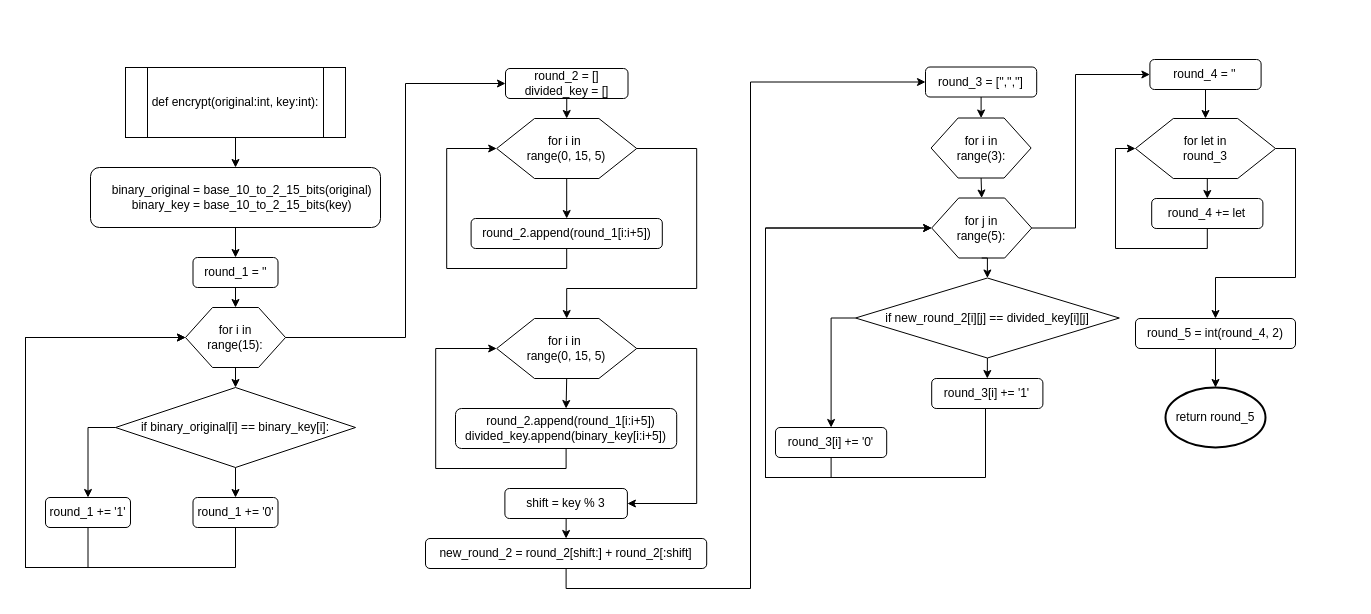
The draw.io diagram encryption.drawio in bun781/cortado, before the edit. Source tidied: cells renumbered, new cells numbered last; positions are measured from the earlier drawing's top-left corner, leaving out a move shared by most shapes. Both pictures are drawn from the tidied source at 100%, with x=0, y=0 at pixel (25, 59).
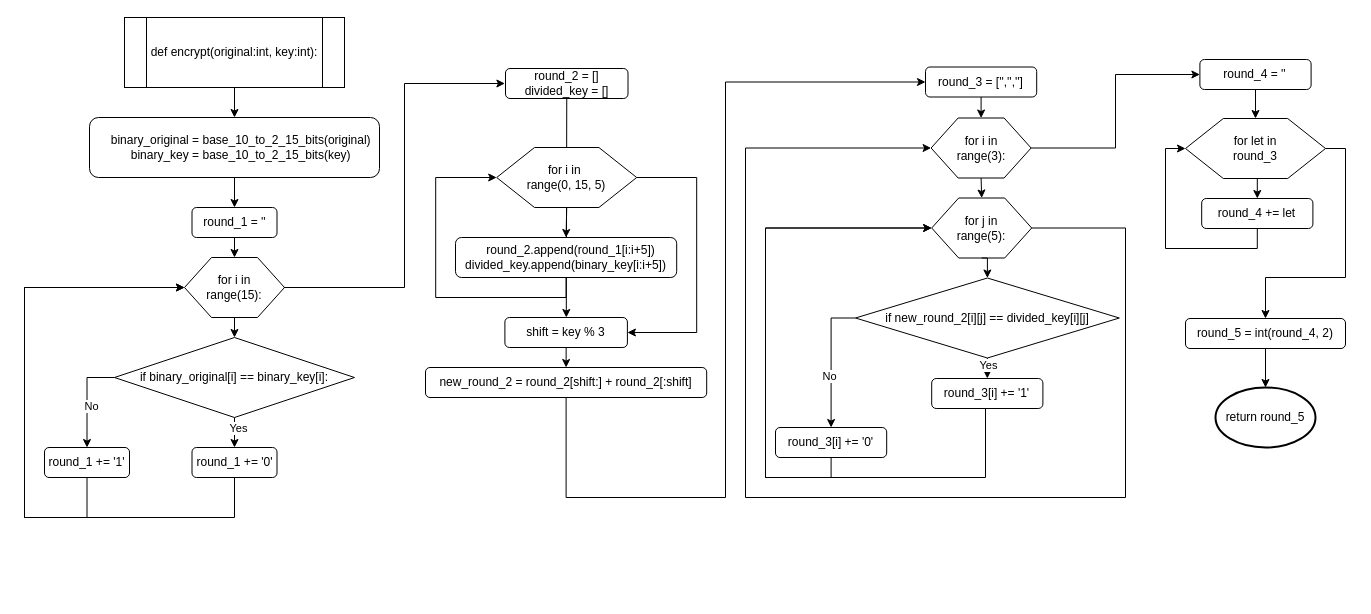
The same page after the edit.

The change refers to these unchanged cells:
```xml
<mxCell id="9" style="verticalLabelPosition=bottom;verticalAlign=top;html=1;shape=hexagon;perimeter=hexagonPerimeter2;arcSize=6;size=0.27;" parent="8" vertex="1">
  <mxGeometry width="100" height="60" as="geometry" />
</mxCell>
<mxCell id="11" style="edgeStyle=orthogonalEdgeStyle;rounded=0;jettySize=auto;html=1;exitX=0;exitY=0.5;exitDx=0;exitDy=0;entryX=0.5;entryY=0;entryDx=0;entryDy=0;" parent="1" edge="1" source="13" target="18">
  <mxGeometry relative="1" as="geometry" />
</mxCell>
<mxCell id="12" style="edgeStyle=orthogonalEdgeStyle;rounded=0;jettySize=auto;html=1;exitX=0.5;exitY=1;exitDx=0;exitDy=0;entryX=0.5;entryY=0;entryDx=0;entryDy=0;" parent="1" edge="1" source="13" target="16">
  <mxGeometry relative="1" as="geometry" />
</mxCell>
<mxCell id="20" value="round_2 = []&lt;br&gt;divided_key = []" style="rounded=1;whiteSpace=wrap;html=1;" parent="1" vertex="1">
  <mxGeometry x="480" y="9" width="122.5" height="30" as="geometry" />
</mxCell>
<mxCell id="28" style="verticalLabelPosition=bottom;verticalAlign=top;html=1;shape=hexagon;perimeter=hexagonPerimeter2;arcSize=6;size=0.27;" parent="27" vertex="1">
  <mxGeometry width="140" height="60" as="geometry" />
</mxCell>
<mxCell id="40" value="round_3 = ['','','']" style="rounded=1;whiteSpace=wrap;html=1;" parent="1" vertex="1">
  <mxGeometry x="900" y="7.5" width="111.2" height="30" as="geometry" />
</mxCell>
<mxCell id="43" style="verticalLabelPosition=bottom;verticalAlign=top;html=1;shape=hexagon;perimeter=hexagonPerimeter2;arcSize=6;size=0.27;" parent="42" vertex="1">
  <mxGeometry width="100" height="60" as="geometry" />
</mxCell>
<mxCell id="46" style="verticalLabelPosition=bottom;verticalAlign=top;html=1;shape=hexagon;perimeter=hexagonPerimeter2;arcSize=6;size=0.27;" parent="45" vertex="1">
  <mxGeometry width="100" height="60" as="geometry" />
</mxCell>
<mxCell id="49" style="edgeStyle=orthogonalEdgeStyle;rounded=0;jettySize=auto;html=1;exitX=0.5;exitY=1;exitDx=0;exitDy=0;entryX=0.5;entryY=0;entryDx=0;entryDy=0;" parent="1" edge="1" source="51" target="54">
  <mxGeometry relative="1" as="geometry" />
</mxCell>
<mxCell id="50" style="edgeStyle=orthogonalEdgeStyle;rounded=0;jettySize=auto;html=1;exitX=0;exitY=0.5;exitDx=0;exitDy=0;entryX=0.5;entryY=0;entryDx=0;entryDy=0;" parent="1" edge="1" source="51" target="56">
  <mxGeometry relative="1" as="geometry" />
</mxCell>
<mxCell id="60" style="verticalLabelPosition=bottom;verticalAlign=top;html=1;shape=hexagon;perimeter=hexagonPerimeter2;arcSize=6;size=0.27;" parent="59" vertex="1">
  <mxGeometry width="140" height="60" as="geometry" />
</mxCell>
```

Change to the diagram source:
```diff
@@
     <mxCell id="3" value="def encrypt(original:int, key:int):" style="shape=process;whiteSpace=wrap;html=1;backgroundOutline=1;" parent="1" vertex="1">
-      <mxGeometry x="100" y="8" width="220" height="70" as="geometry" />
+      <mxGeometry x="99" y="-42" width="220" height="70" as="geometry" />
     </mxCell>
@@
     <mxCell id="5" value="&amp;nbsp;&amp;nbsp;&amp;nbsp; binary_original = base_10_to_2_15_bits(original) &lt;br&gt;&amp;nbsp;&amp;nbsp;&amp;nbsp; binary_key = base_10_to_2_15_bits(key)" style="rounded=1;whiteSpace=wrap;html=1;" parent="1" vertex="1">
-      <mxGeometry x="65" y="108" width="290" height="60" as="geometry" />
+      <mxGeometry x="64" y="58" width="290" height="60" as="geometry" />
     </mxCell>
@@
     <mxCell id="7" value="round_1 = ''" style="rounded=1;whiteSpace=wrap;html=1;" parent="1" vertex="1">
-      <mxGeometry x="167.5" y="198" width="85" height="30" as="geometry" />
+      <mxGeometry x="166.5" y="148" width="85" height="30" as="geometry" />
     </mxCell>
     <mxCell id="8" style="group;" parent="1" vertex="1">
-      <mxGeometry x="160" y="248" width="100" height="60" as="geometry" />
+      <mxGeometry x="159" y="198" width="100" height="60" as="geometry" />
     </mxCell>
@@
+    <mxCell id="70" value="No" style="edgeLabel;html=1;align=center;verticalAlign=middle;" parent="11" vertex="1">
+      <mxGeometry x="0.15" y="4" relative="1" as="geometry" />
+    </mxCell>
@@
+    <mxCell id="71" value="Yes" style="edgeLabel;html=1;align=center;verticalAlign=middle;" parent="12" vertex="1">
+      <mxGeometry x="-0.33" y="3" relative="1" as="geometry" />
+    </mxCell>
     <mxCell id="13" value="if binary_original[i] == binary_key[i]:" style="rhombus;whiteSpace=wrap;html=1;" parent="1" vertex="1">
-      <mxGeometry x="90" y="328" width="240" height="80" as="geometry" />
+      <mxGeometry x="89" y="278" width="240" height="80" as="geometry" />
     </mxCell>
@@
     <mxCell id="15" style="edgeStyle=orthogonalEdgeStyle;rounded=0;jettySize=auto;html=1;exitX=0.5;exitY=1;exitDx=0;exitDy=0;entryX=0;entryY=0.5;entryDx=0;entryDy=0;" parent="1" edge="1" source="16" target="9">
       <mxGeometry relative="1" as="geometry">
         <Array as="points">
-          <mxPoint x="210" y="508" />
-          <mxPoint y="508" />
-          <mxPoint y="278" />
+          <mxPoint x="209" y="458" />
+          <mxPoint x="-1" y="458" />
+          <mxPoint x="-1" y="228" />
         </Array>
       </mxGeometry>
     </mxCell>
     <mxCell id="16" value="round_1 += '0'" style="rounded=1;whiteSpace=wrap;html=1;" parent="1" vertex="1">
-      <mxGeometry x="167.5" y="438" width="85" height="30" as="geometry" />
+      <mxGeometry x="166.5" y="388" width="85" height="30" as="geometry" />
     </mxCell>
     <mxCell id="17" style="edgeStyle=orthogonalEdgeStyle;rounded=0;jettySize=auto;html=1;exitX=0.5;exitY=1;exitDx=0;exitDy=0;" parent="1" edge="1" source="18">
       <mxGeometry relative="1" as="geometry">
-        <mxPoint x="160" y="278" as="targetPoint" />
+        <mxPoint x="159" y="228" as="targetPoint" />
         <Array as="points">
-          <mxPoint x="62" y="508" />
-          <mxPoint y="508" />
-          <mxPoint y="278" />
+          <mxPoint x="61" y="458" />
+          <mxPoint x="-1" y="458" />
+          <mxPoint x="-1" y="228" />
         </Array>
       </mxGeometry>
     </mxCell>
     <mxCell id="18" value="round_1 += '1'" style="rounded=1;whiteSpace=wrap;html=1;" parent="1" vertex="1">
-      <mxGeometry x="20" y="438" width="85" height="30" as="geometry" />
+      <mxGeometry x="19" y="388" width="85" height="30" as="geometry" />
     </mxCell>
-    <mxCell id="19" style="edgeStyle=orthogonalEdgeStyle;rounded=0;jettySize=auto;html=1;exitX=0.5;exitY=1;exitDx=0;exitDy=0;entryX=0.5;entryY=0;entryDx=0;entryDy=0;" parent="1" edge="1" source="20" target="22">
-      <mxGeometry relative="1" as="geometry" />
-    </mxCell>
+    <mxCell id="72" style="edgeStyle=orthogonalEdgeStyle;rounded=0;jettySize=auto;html=1;exitX=0.5;exitY=1;exitDx=0;exitDy=0;" parent="1" edge="1" source="20">
+      <mxGeometry relative="1" as="geometry">
+        <mxPoint x="540.8" y="258" as="targetPoint" />
+      </mxGeometry>
+    </mxCell>
@@
-    <mxCell id="21" style="group;" parent="1" vertex="1">
-      <mxGeometry x="471.2" y="59" width="140" height="60" as="geometry" />
-    </mxCell>
-    <mxCell id="22" style="verticalLabelPosition=bottom;verticalAlign=top;html=1;shape=hexagon;perimeter=hexagonPerimeter2;arcSize=6;size=0.27;" parent="21" vertex="1">
-      <mxGeometry width="140" height="60" as="geometry" />
-    </mxCell>
-    <mxCell id="23" value="&lt;div&gt;for i in&amp;nbsp;&lt;/div&gt;&lt;div&gt;range(0, 15, 5)&lt;/div&gt;" style="text;html=1;align=center;verticalAlign=middle;whiteSpace=wrap;rounded=0;" parent="21" vertex="1">
-      <mxGeometry x="28" y="15" width="84" height="30" as="geometry" />
-    </mxCell>
-    <mxCell id="24" style="edgeStyle=orthogonalEdgeStyle;rounded=0;jettySize=auto;html=1;exitX=0.5;exitY=1;exitDx=0;exitDy=0;entryX=0;entryY=0.5;entryDx=0;entryDy=0;" parent="1" edge="1" source="25" target="22">
-      <mxGeometry relative="1" as="geometry">
-        <Array as="points">
-          <mxPoint x="541.2" y="209" />
-          <mxPoint x="421.2" y="209" />
-          <mxPoint x="421.2" y="89" />
-        </Array>
-      </mxGeometry>
-    </mxCell>
-    <mxCell id="25" value="round_2.append(round_1[i:i+5])" style="rounded=1;whiteSpace=wrap;html=1;" parent="1" vertex="1">
-      <mxGeometry x="445.6" y="159" width="191.2" height="30" as="geometry" />
-    </mxCell>
-    <mxCell id="26" style="edgeStyle=orthogonalEdgeStyle;rounded=0;jettySize=auto;html=1;exitX=0.5;exitY=1;exitDx=0;exitDy=0;entryX=0.5;entryY=0;entryDx=0;entryDy=0;" parent="1" edge="1" source="22" target="25">
-      <mxGeometry relative="1" as="geometry" />
-    </mxCell>
     <mxCell id="27" style="group;" parent="1" vertex="1">
-      <mxGeometry x="471.2" y="259" width="140" height="60" as="geometry" />
+      <mxGeometry x="471.2" y="88" width="140" height="60" as="geometry" />
     </mxCell>
@@
-    <mxCell id="30" style="edgeStyle=orthogonalEdgeStyle;rounded=0;jettySize=auto;html=1;exitX=1;exitY=0.5;exitDx=0;exitDy=0;entryX=0.5;entryY=0;entryDx=0;entryDy=0;" parent="1" edge="1" source="22" target="28">
-      <mxGeometry relative="1" as="geometry">
-        <Array as="points">
-          <mxPoint x="671.2" y="89" />
-          <mxPoint x="671.2" y="229" />
-          <mxPoint x="541.2" y="229" />
-        </Array>
-      </mxGeometry>
-    </mxCell>
     <mxCell id="31" style="edgeStyle=orthogonalEdgeStyle;rounded=0;jettySize=auto;html=1;exitX=0.5;exitY=1;exitDx=0;exitDy=0;" parent="1" edge="1" source="32">
       <mxGeometry relative="1" as="geometry">
-        <mxPoint x="471.2" y="289" as="targetPoint" />
+        <mxPoint x="471.2" y="118" as="targetPoint" />
         <Array as="points">
-          <mxPoint x="540.2" y="409" />
-          <mxPoint x="410.2" y="409" />
-          <mxPoint x="410.2" y="289" />
+          <mxPoint x="540.2" y="238" />
+          <mxPoint x="410.2" y="238" />
+          <mxPoint x="410.2" y="118" />
         </Array>
       </mxGeometry>
     </mxCell>
     <mxCell id="32" value="&amp;nbsp;&amp;nbsp;&amp;nbsp;&amp;nbsp;&amp;nbsp;&amp;nbsp;&amp;nbsp; round_2.append(round_1[i:i+5])&amp;nbsp;&amp;nbsp;&amp;nbsp;&amp;nbsp;&amp;nbsp; divided_key.append(binary_key[i:i+5])" style="rounded=1;whiteSpace=wrap;html=1;" parent="1" vertex="1">
-      <mxGeometry x="430" y="349" width="221.2" height="40" as="geometry" />
+      <mxGeometry x="430" y="178" width="221.2" height="40" as="geometry" />
     </mxCell>
@@
     <mxCell id="35" value="shift = key % 3" style="rounded=1;whiteSpace=wrap;html=1;" parent="1" vertex="1">
-      <mxGeometry x="479.4" y="429" width="122.5" height="30" as="geometry" />
+      <mxGeometry x="479.4" y="258" width="122.5" height="30" as="geometry" />
     </mxCell>
     <mxCell id="36" style="edgeStyle=orthogonalEdgeStyle;rounded=0;jettySize=auto;html=1;exitX=1;exitY=0.5;exitDx=0;exitDy=0;entryX=1;entryY=0.5;entryDx=0;entryDy=0;" parent="1" edge="1" source="28" target="35">
       <mxGeometry relative="1" as="geometry">
         <Array as="points">
-          <mxPoint x="671.2" y="289" />
-          <mxPoint x="671.2" y="444" />
+          <mxPoint x="671.2" y="118" />
+          <mxPoint x="671.2" y="273" />
         </Array>
       </mxGeometry>
     </mxCell>
     <mxCell id="37" style="edgeStyle=orthogonalEdgeStyle;rounded=0;jettySize=auto;html=1;exitX=0.5;exitY=1;exitDx=0;exitDy=0;entryX=0;entryY=0.5;entryDx=0;entryDy=0;" parent="1" edge="1" source="38" target="40">
       <mxGeometry relative="1" as="geometry">
         <Array as="points">
-          <mxPoint x="541" y="529" />
-          <mxPoint x="725" y="529" />
-          <mxPoint x="725" y="23" />
+          <mxPoint x="541" y="438" />
+          <mxPoint x="700" y="438" />
+          <mxPoint x="700" y="22" />
         </Array>
       </mxGeometry>
     </mxCell>
     <mxCell id="38" value="new_round_2 = round_2[shift:] + round_2[:shift]" style="rounded=1;whiteSpace=wrap;html=1;" parent="1" vertex="1">
-      <mxGeometry x="400" y="479" width="281.2" height="30" as="geometry" />
+      <mxGeometry x="400" y="308" width="281.2" height="30" as="geometry" />
     </mxCell>
@@
-    <mxCell id="41" style="edgeStyle=orthogonalEdgeStyle;rounded=0;jettySize=auto;html=1;exitX=1;exitY=0.5;exitDx=0;exitDy=0;entryX=0;entryY=0.5;entryDx=0;entryDy=0;" parent="1" edge="1" source="9" target="20">
+    <mxCell id="41" style="edgeStyle=orthogonalEdgeStyle;rounded=0;orthogonalLoop=1;jettySize=auto;html=1;exitX=1;exitY=0.5;exitDx=0;exitDy=0;entryX=0;entryY=0.5;entryDx=0;entryDy=0;" parent="1" edge="1">
       <mxGeometry relative="1" as="geometry">
+        <mxPoint x="258.3" y="228" as="sourcePoint" />
+        <mxPoint x="479.4" y="24" as="targetPoint" />
         <Array as="points">
-          <mxPoint x="380" y="278" />
-          <mxPoint x="380" y="24" />
+          <mxPoint x="379" y="228" />
+          <mxPoint x="379" y="24" />
         </Array>
       </mxGeometry>
     </mxCell>
@@
+    <mxCell id="73" value="Yes" style="edgeLabel;html=1;align=center;verticalAlign=middle;" parent="49" vertex="1">
+      <mxGeometry x="-0.2" y="1" relative="1" as="geometry">
+        <mxPoint y="-1" as="offset" />
+      </mxGeometry>
+    </mxCell>
@@
+    <mxCell id="74" value="No" style="edgeLabel;html=1;align=center;verticalAlign=middle;" parent="50" vertex="1">
+      <mxGeometry x="0.23" y="-2" relative="1" as="geometry" />
+    </mxCell>
@@
     <mxCell id="58" value="round_4 = ''" style="rounded=1;whiteSpace=wrap;html=1;" parent="1" vertex="1">
-      <mxGeometry x="1124.4" width="111.2" height="30" as="geometry" />
+      <mxGeometry x="1174.4" width="111.2" height="30" as="geometry" />
     </mxCell>
     <mxCell id="59" style="group;" parent="1" vertex="1">
-      <mxGeometry x="1110" y="59" width="140" height="60" as="geometry" />
+      <mxGeometry x="1160" y="59" width="140" height="60" as="geometry" />
     </mxCell>
@@
     <mxCell id="63" value="round_4 += let" style="rounded=1;whiteSpace=wrap;html=1;" parent="1" vertex="1">
-      <mxGeometry x="1126.2" y="139" width="111.2" height="30" as="geometry" />
+      <mxGeometry x="1176.2" y="139" width="111.2" height="30" as="geometry" />
     </mxCell>
@@
     <mxCell id="65" value="round_5 = int(round_4, 2)" style="rounded=1;whiteSpace=wrap;html=1;" parent="1" vertex="1">
-      <mxGeometry x="1110" y="259" width="160" height="30" as="geometry" />
+      <mxGeometry x="1160" y="259" width="160" height="30" as="geometry" />
     </mxCell>
     <mxCell id="66" style="edgeStyle=orthogonalEdgeStyle;rounded=0;jettySize=auto;html=1;exitX=1;exitY=0.5;exitDx=0;exitDy=0;entryX=0.5;entryY=0;entryDx=0;entryDy=0;" parent="1" edge="1" source="60" target="65">
       <mxGeometry relative="1" as="geometry">
         <Array as="points">
-          <mxPoint x="1270" y="89" />
-          <mxPoint x="1270" y="218" />
-          <mxPoint x="1190" y="218" />
+          <mxPoint x="1320" y="89" />
+          <mxPoint x="1320" y="218" />
+          <mxPoint x="1240" y="218" />
         </Array>
       </mxGeometry>
     </mxCell>
-    <mxCell id="67" style="edgeStyle=orthogonalEdgeStyle;rounded=0;jettySize=auto;html=1;exitX=1;exitY=0.5;exitDx=0;exitDy=0;entryX=0;entryY=0.5;entryDx=0;entryDy=0;" parent="1" edge="1" source="46" target="58">
-      <mxGeometry relative="1" as="geometry">
-        <Array as="points">
-          <mxPoint x="1050" y="168" />
-          <mxPoint x="1050" y="15" />
-        </Array>
-      </mxGeometry>
-    </mxCell>
     <mxCell id="68" value="return round_5" style="strokeWidth=2;html=1;shape=mxgraph.flowchart.start_1;whiteSpace=wrap;" parent="1" vertex="1">
-      <mxGeometry x="1140" y="328" width="100" height="60" as="geometry" />
+      <mxGeometry x="1190" y="328" width="100" height="60" as="geometry" />
     </mxCell>
@@
+    <mxCell id="75" style="edgeStyle=orthogonalEdgeStyle;rounded=0;jettySize=auto;html=1;exitX=1;exitY=0.5;exitDx=0;exitDy=0;entryX=0;entryY=0.5;entryDx=0;entryDy=0;" parent="1" edge="1" source="46" target="43">
+      <mxGeometry relative="1" as="geometry">
+        <Array as="points">
+          <mxPoint x="1100" y="168" />
+          <mxPoint x="1100" y="438" />
+          <mxPoint x="720" y="438" />
+          <mxPoint x="720" y="88" />
+        </Array>
+      </mxGeometry>
+    </mxCell>
+    <mxCell id="76" style="edgeStyle=orthogonalEdgeStyle;rounded=0;jettySize=auto;html=1;exitX=1;exitY=0.5;exitDx=0;exitDy=0;entryX=0;entryY=0.5;entryDx=0;entryDy=0;" parent="1" edge="1" source="43" target="58">
+      <mxGeometry relative="1" as="geometry" />
+    </mxCell>
```
